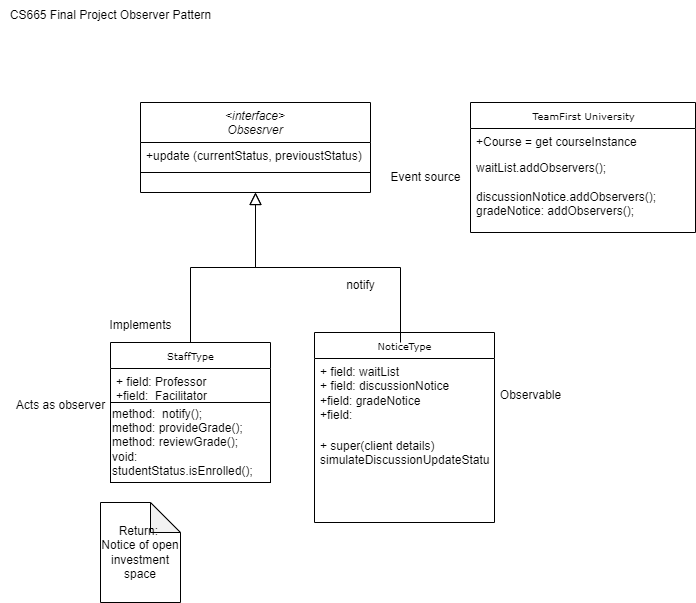
jimmyjazz31/CSSFinalProject keeps this draw.io diagram as Observer Diag.drawio.png. Above is the earlier version. Source tidied: cells renumbered, new cells last; positions are measured from the earlier drawing's top-left corner, leaving out a move shared by most shapes.
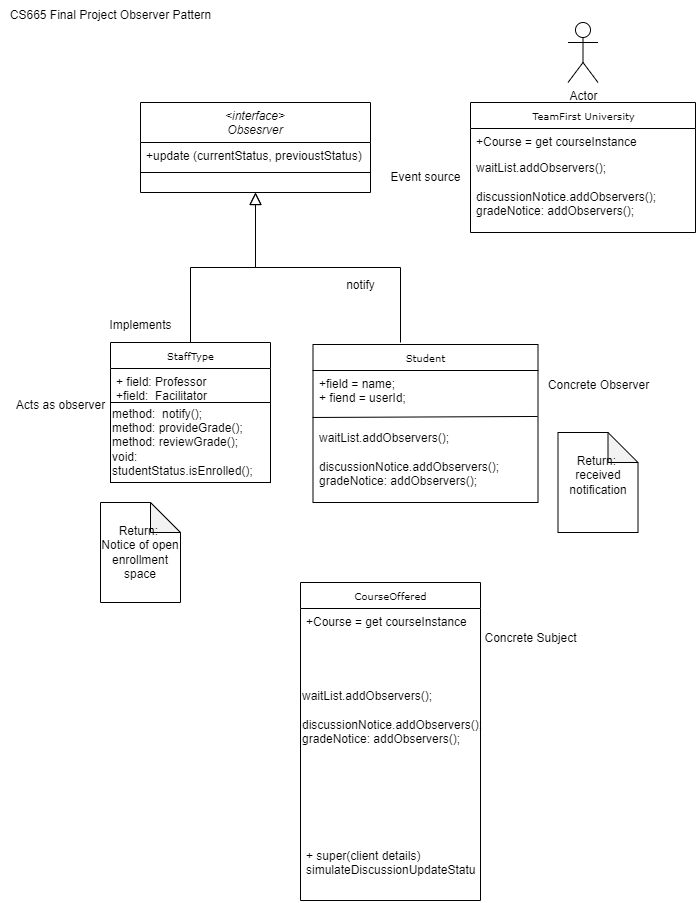
After the change.

Change to the diagram source:
```diff
@@ -33,17 +33,20 @@
     <mxCell id="10" value="method:&amp;nbsp; notify();&lt;div&gt;method: provideGrade();&lt;/div&gt;&lt;div&gt;method: reviewGrade();&lt;/div&gt;&lt;div&gt;void:&amp;nbsp;&lt;/div&gt;&lt;div&gt;studentStatus.isEnrolled();&lt;/div&gt;" style="rounded=0;whiteSpace=wrap;html=1;align=left;" parent="1" vertex="1">
       <mxGeometry x="110" y="402" width="160" height="80" as="geometry" />
     </mxCell>
-    <mxCell id="11" value="Return:&amp;nbsp; Notice of open investment space" style="shape=note;whiteSpace=wrap;html=1;backgroundOutline=1;darkOpacity=0.05;" parent="1" vertex="1">
+    <mxCell id="11" value="Return:&amp;nbsp; Notice of open enrollment space" style="shape=note;whiteSpace=wrap;html=1;backgroundOutline=1;darkOpacity=0.05;" parent="1" vertex="1">
       <mxGeometry x="100" y="502" width="80" height="100" as="geometry" />
     </mxCell>
-    <mxCell id="12" value="&lt;div&gt;NoticeType&lt;/div&gt;" style="swimlane;html=1;fontStyle=0;horizontal=1;startSize=26;fillColor=none;swimlaneFillColor=#ffffff;rounded=0;shadow=0;comic=0;labelBackgroundColor=none;strokeWidth=1;fontFamily=Verdana;fontSize=10;align=center;" parent="1" vertex="1">
-      <mxGeometry x="314" y="332" width="180" height="190" as="geometry" />
+    <mxCell id="12" value="&lt;div&gt;CourseOffered&lt;/div&gt;" style="swimlane;html=1;fontStyle=0;horizontal=1;startSize=26;fillColor=none;swimlaneFillColor=#ffffff;rounded=0;shadow=0;comic=0;labelBackgroundColor=none;strokeWidth=1;fontFamily=Verdana;fontSize=10;align=center;" parent="1" vertex="1">
+      <mxGeometry x="300" y="582" width="180" height="318" as="geometry" />
     </mxCell>
-    <mxCell id="13" value="+ field: waitList&lt;div&gt;+ field: discussionNotice&lt;/div&gt;&lt;div&gt;+field: gradeNotice&lt;/div&gt;&lt;div&gt;+field:&amp;nbsp;&lt;/div&gt;" style="text;html=1;strokeColor=none;fillColor=none;align=left;verticalAlign=top;spacingLeft=4;spacingRight=4;whiteSpace=wrap;overflow=hidden;" parent="12" vertex="1">
+    <mxCell id="13" value="+Course = get courseInstance" style="text;html=1;strokeColor=none;fillColor=none;align=left;verticalAlign=top;spacingLeft=4;spacingRight=4;whiteSpace=wrap;overflow=hidden;" parent="12" vertex="1">
       <mxGeometry y="26" width="180" height="74" as="geometry" />
     </mxCell>
+    <mxCell id="23" value="waitList.addObservers();&#10;&#10;discussionNotice.addObservers();&#10;gradeNotice: addObservers();" style="text;whiteSpace=wrap;html=1;" parent="12" vertex="1">
+      <mxGeometry y="100" width="180" height="160" as="geometry" />
+    </mxCell>
     <mxCell id="14" value="+ super(client details)&amp;nbsp;&lt;div&gt;simulateDiscussionUpdateStatus&lt;/div&gt;" style="text;html=1;strokeColor=none;fillColor=none;align=left;verticalAlign=top;spacingLeft=4;spacingRight=4;whiteSpace=wrap;overflow=hidden;" parent="12" vertex="1">
-      <mxGeometry y="100" width="180" height="58" as="geometry" />
+      <mxGeometry y="260" width="180" height="58" as="geometry" />
     </mxCell>
     <mxCell id="15" value="TeamFirst University" style="swimlane;html=1;fontStyle=0;horizontal=1;startSize=26;fillColor=none;swimlaneFillColor=#ffffff;rounded=0;shadow=0;comic=0;labelBackgroundColor=none;strokeWidth=1;fontFamily=Verdana;fontSize=10;align=center;" parent="1" vertex="1">
       <mxGeometry x="470" y="102" width="225" height="130" as="geometry" />
@@ -54,9 +57,6 @@
     <mxCell id="17" value="waitList.addObservers();&lt;div&gt;&lt;br&gt;&lt;/div&gt;&lt;div&gt;discussionNotice.addObservers();&lt;/div&gt;&lt;div&gt;gradeNotice: addObservers();&lt;/div&gt;" style="text;html=1;strokeColor=none;fillColor=none;align=left;verticalAlign=top;spacingLeft=4;spacingRight=4;whiteSpace=wrap;overflow=hidden;" parent="15" vertex="1">
       <mxGeometry y="52" width="225" height="68" as="geometry" />
     </mxCell>
-    <mxCell id="18" value="Observable" style="text;html=1;align=center;verticalAlign=middle;strokeColor=none;fillColor=none;" parent="1" vertex="1">
-      <mxGeometry x="490" y="380" width="80" height="30" as="geometry" />
-    </mxCell>
     <mxCell id="19" value="Acts as observer" style="text;html=1;align=center;verticalAlign=middle;strokeColor=none;fillColor=none;" parent="1" vertex="1">
       <mxGeometry x="5" y="390" width="110" height="30" as="geometry" />
     </mxCell>
@@ -69,5 +69,29 @@
     <mxCell id="22" value="CS665 Final Project Observer Pattern" style="text;html=1;align=center;verticalAlign=middle;strokeColor=none;fillColor=none;" parent="1" vertex="1">
       <mxGeometry width="220" height="30" as="geometry" />
     </mxCell>
+    <mxCell id="24" value="Student" style="swimlane;html=1;fontStyle=0;horizontal=1;startSize=26;fillColor=none;swimlaneFillColor=#ffffff;rounded=0;shadow=0;comic=0;labelBackgroundColor=none;strokeWidth=1;fontFamily=Verdana;fontSize=10;align=center;" parent="1" vertex="1">
+      <mxGeometry x="312.5" y="344" width="225" height="158" as="geometry" />
+    </mxCell>
+    <mxCell id="25" value="+field = name;&amp;nbsp;&lt;div&gt;+ fiend = userId;&lt;/div&gt;" style="text;html=1;strokeColor=none;fillColor=none;align=left;verticalAlign=top;spacingLeft=4;spacingRight=4;whiteSpace=wrap;overflow=hidden;" parent="24" vertex="1">
+      <mxGeometry y="26" width="225" height="54" as="geometry" />
+    </mxCell>
+    <mxCell id="26" value="waitList.addObservers();&lt;div&gt;&lt;br&gt;&lt;/div&gt;&lt;div&gt;discussionNotice.addObservers();&lt;/div&gt;&lt;div&gt;gradeNotice: addObservers();&lt;/div&gt;" style="text;html=1;strokeColor=none;fillColor=none;align=left;verticalAlign=top;spacingLeft=4;spacingRight=4;whiteSpace=wrap;overflow=hidden;points=[[0,0.5],[1,0.5]];portConstraint=eastwest;" parent="24" vertex="1">
+      <mxGeometry y="80" width="225" height="78" as="geometry" />
+    </mxCell>
+    <mxCell id="27" style="endArrow=none;html=1;rounded=0;exitX=-0.002;exitY=-0.09;exitDx=0;exitDy=0;exitPerimeter=0;entryX=0.998;entryY=-0.103;entryDx=0;entryDy=0;entryPerimeter=0;" parent="24" edge="1" source="26" target="26">
+      <mxGeometry relative="1" as="geometry" />
+    </mxCell>
+    <mxCell id="28" value="Concrete Observer&lt;div&gt;&lt;br&gt;&lt;/div&gt;" style="text;html=1;align=center;verticalAlign=middle;strokeColor=none;fillColor=none;" parent="1" vertex="1">
+      <mxGeometry x="537.5" y="372" width="120" height="40" as="geometry" />
+    </mxCell>
+    <mxCell id="29" value="Return:&amp;nbsp; received notification&lt;div&gt;&lt;br&gt;&lt;/div&gt;" style="shape=note;whiteSpace=wrap;html=1;backgroundOutline=1;darkOpacity=0.05;" parent="1" vertex="1">
+      <mxGeometry x="557.5" y="432" width="80" height="100" as="geometry" />
+    </mxCell>
+    <mxCell id="30" value="Actor" style="shape=umlActor;verticalLabelPosition=bottom;verticalAlign=top;html=1;" parent="1" vertex="1">
+      <mxGeometry x="567.5" y="22" width="30" height="60" as="geometry" />
+    </mxCell>
+    <mxCell id="31" value="Concrete Subject&lt;div&gt;&lt;br&gt;&lt;/div&gt;" style="text;html=1;align=center;verticalAlign=middle;strokeColor=none;fillColor=none;" parent="1" vertex="1">
+      <mxGeometry x="470" y="625" width="120" height="40" as="geometry" />
+    </mxCell>
   </root>
 </mxGraphModel>
```
